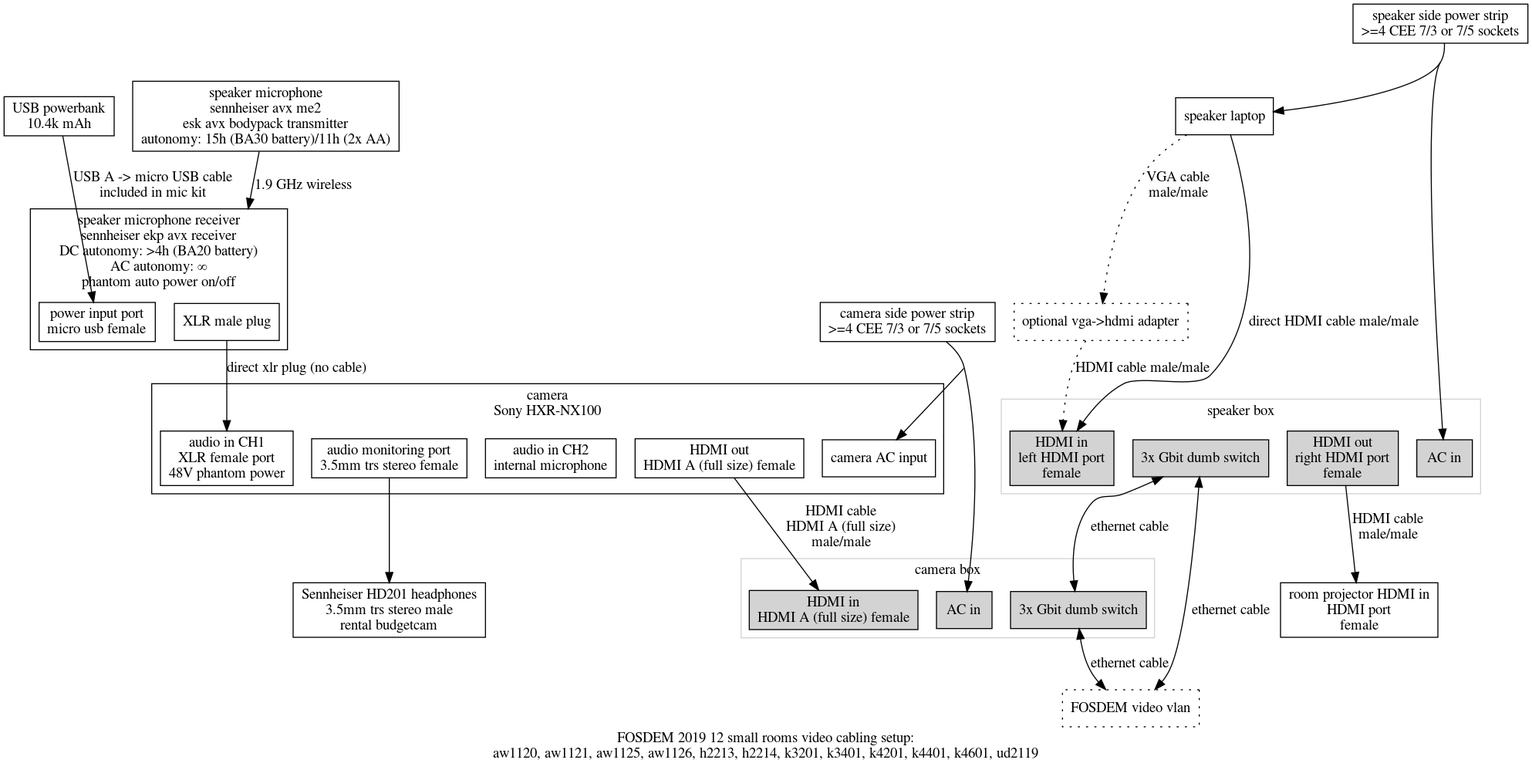
Above: graph/cabling_small_rooms.png in zeridon/video (Graphviz), before the change. Its source is kept beside it as graph/cabling_small_rooms.dot.
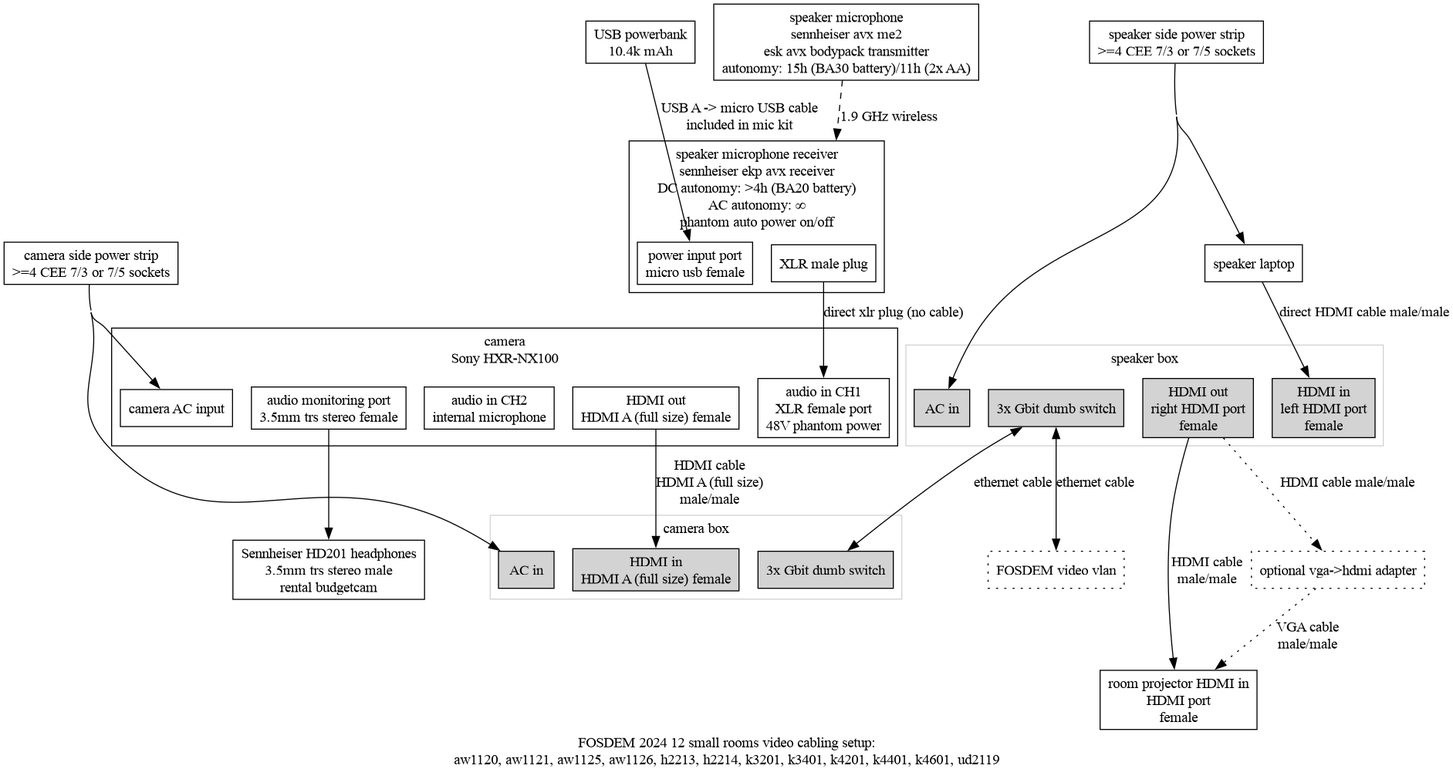
The same diagram one commit later.

What changed in the source:
```diff
@@ -1,9 +1,12 @@
 digraph G {
-	label = "FOSDEM 2019 12 small rooms video cabling setup:\naw1120, aw1121, aw1125, aw1126, h2213, h2214, k3201, k3401, k4201, k4401, k4601, ud2119";
+	label = "FOSDEM 2024 12 small rooms video cabling setup:\naw1120, aw1121, aw1125, aw1126, h2213, h2214, k3201, k3401, k4201, k4401, k4601, ud2119";
 	concentrate = true;
 	compound = true;
 	node [shape = box];
+
+	cam_power_strip [label="camera side power strip\n>=4 CEE 7/3 or 7/5 sockets"];
 	usb_powerbank [label = "USB powerbank\n10.4k mAh"];
+
 	speaker_microphone [label="speaker microphone\nsennheiser avx me2\nesk avx bodypack transmitter\nautonomy: 15h (BA30 battery)/11h (2x AA)", URL="https://en-us.sennheiser.com/global-downloads/file/6524/AVX_Manual_06_2015_EN.pdf"];
 	subgraph cluster_speaker_microphone_receiver {
 		label = "speaker microphone receiver\nsennheiser ekp avx receiver\nDC autonomy: >4h (BA20 battery)\nAC autonomy: ∞\nphantom auto power on/off"
@@ -12,10 +15,10 @@
 		speaker_microphone_receiver_xlr_connector [label = "XLR male plug"];
 	}
 	speaker_laptop [label = "speaker laptop"];
-	speaker_laptop_optional_adapter [label = "optional vga->hdmi adapter", style="dotted"];
+	room_projector_optional_adapter [label = "optional vga->hdmi adapter", style="dotted"];
 	subgraph cluster_camera {
 		label="camera\nSony HXR-NX100"
-		URL="https://pro.sony.com/bbsccms/assets/files/micro/nxcam/latest/Sony_HXR-NX100.pdf";
+			URL="https://pro.sony.com/bbsccms/assets/files/micro/nxcam/latest/Sony_HXR-NX100.pdf";
 		camera_xlr_in [label = "audio in CH1\nXLR female port\n48V phantom power"];
 		camera_hdmi_out [label = "HDMI out\nHDMI A (full size) female"];
 		camera_internal_mic [label="audio in CH2\ninternal microphone"];
@@ -29,37 +32,35 @@
 		subgraph cluster_cam_box {
 			label = "camera box";
 			URL = "https://github.com/FOSDEM/video";
-				cam_box_hdmi_in [label="HDMI in\nHDMI A (full size) female"];
-				cam_box_switch [label="3x Gbit dumb switch"];
-				cam_box_ac_in [label="AC in"];
-			}
-			subgraph cluster_speaker_box {
-				label = "speaker box";
-				URL = "https://github.com/FOSDEM/video";
-				speaker_box_hdmi_in [label="HDMI in\nleft HDMI port\nfemale"];
-				speaker_box_hdmi_out [label="HDMI out\nright HDMI port\nfemale"];
-				speaker_box_switch [label="3x Gbit dumb switch"];
-				speaker_box_ac_in [label="AC in"];
-			}
+			cam_box_hdmi_in [label="HDMI in\nHDMI A (full size) female"];
+			cam_box_switch [label="3x Gbit dumb switch"];
+			cam_box_ac_in [label="AC in"];
+		}
+		subgraph cluster_speaker_box {
+			label = "speaker box";
+			URL = "https://github.com/FOSDEM/video";
+			speaker_box_hdmi_in [label="HDMI in\nleft HDMI port\nfemale"];
+			speaker_box_hdmi_out [label="HDMI out\nright HDMI port\nfemale"];
+			speaker_box_switch [label="3x Gbit dumb switch"];
+			speaker_box_ac_in [label="AC in"];
+		}
 	}
 
-	cam_power_strip [label="camera side power strip\n>=4 CEE 7/3 or 7/5 sockets"];
 	speaker_power_strip [label="speaker side power strip\n>=4 CEE 7/3 or 7/5 sockets"];
 	room_projector [label="room projector HDMI in\nHDMI port\nfemale"];
 	headphones [label="Sennheiser HD201 headphones\n3.5mm trs stereo male\nrental budgetcam", URL="https://en-us.sennheiser.com/over-ear-headphones-hd-201"];
 	video_vlan [label="FOSDEM video vlan", style="dotted"];
 
-	speaker_microphone -> speaker_microphone_receiver_xlr_connector [label = "1.9 GHz wireless", lhead = cluster_speaker_microphone_receiver ];
+	speaker_microphone -> speaker_microphone_receiver_xlr_connector [label = "1.9 GHz wireless", lhead = cluster_speaker_microphone_receiver, style = dashed ];
 	usb_powerbank -> speaker_microphone_receiver_usb_power_connector [label = "USB A -> micro USB cable\nincluded in mic kit"];
 	speaker_microphone_receiver_xlr_connector -> camera_xlr_in [label = "direct xlr plug (no cable)"];
 	speaker_laptop -> speaker_box_hdmi_in [label = "direct HDMI cable male/male"];
-	speaker_laptop -> speaker_laptop_optional_adapter [label = "VGA cable\nmale/male", style = "dotted"];
-	speaker_laptop_optional_adapter -> speaker_box_hdmi_in [label = "HDMI cable male/male", style = "dotted"];
+	room_projector_optional_adapter -> room_projector [label = "VGA cable\nmale/male", style = "dotted"];
+	speaker_box_hdmi_out -> room_projector_optional_adapter [label = "HDMI cable male/male", style = "dotted"];
 	camera_hdmi_out -> cam_box_hdmi_in [label = "HDMI cable\nHDMI A (full size)\nmale/male"];
 	speaker_box_hdmi_out -> room_projector [label = "HDMI cable\nmale/male"];
 	camera_audio_monitor -> headphones;
 	speaker_box_switch -> video_vlan [dir = "both", label = "ethernet cable"];
-	cam_box_switch -> video_vlan [dir = "both", label = "ethernet cable"];
 	speaker_box_switch -> cam_box_switch [dir = "both", label = "ethernet cable"];
 
 	# AC power
```
